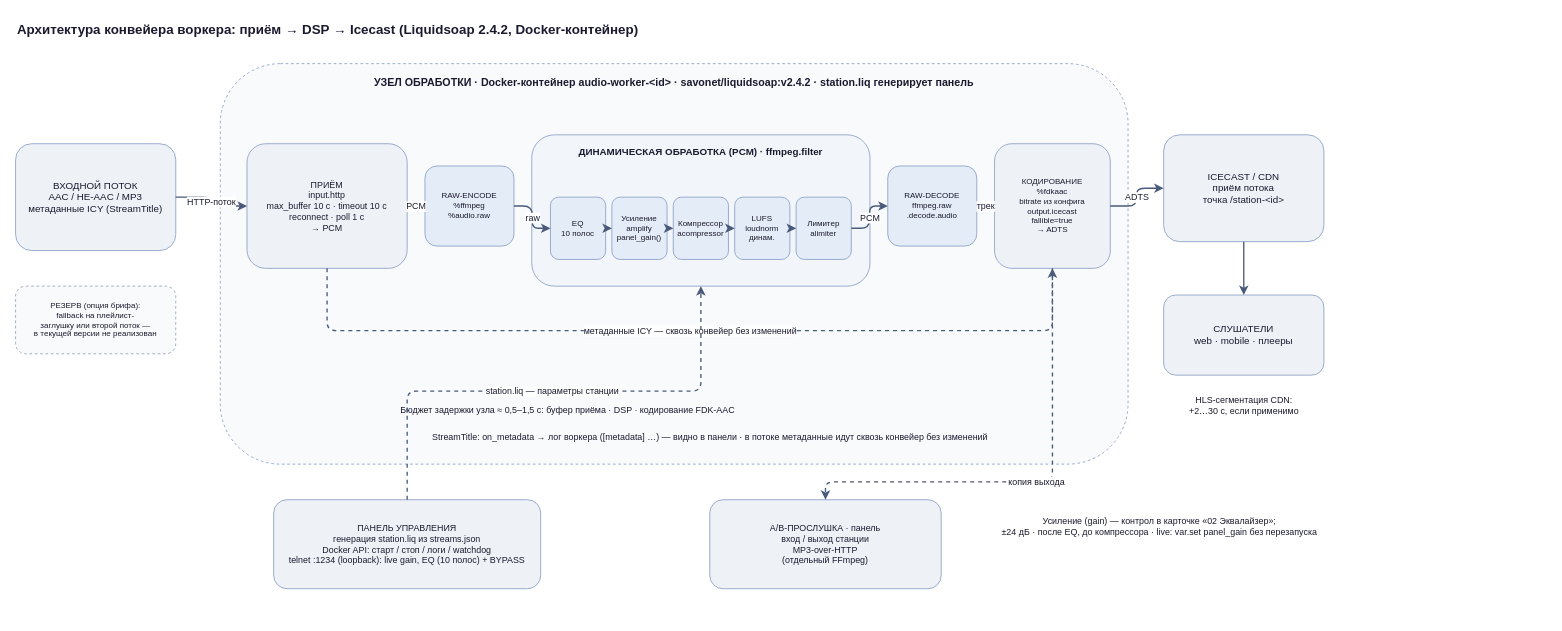
svaganov/Dynamics-stream-processing keeps this draw.io diagram as Архитектура Liquidsoap конвейера.drawio. Above is the earlier version. Source tidied: cells renumbered, new cells numbered last; positions are measured from the earlier drawing's top-left corner, leaving out a move shared by most shapes. Both pictures are drawn from the tidied source at 89%, with x=0, y=0 at pixel (15, 15).
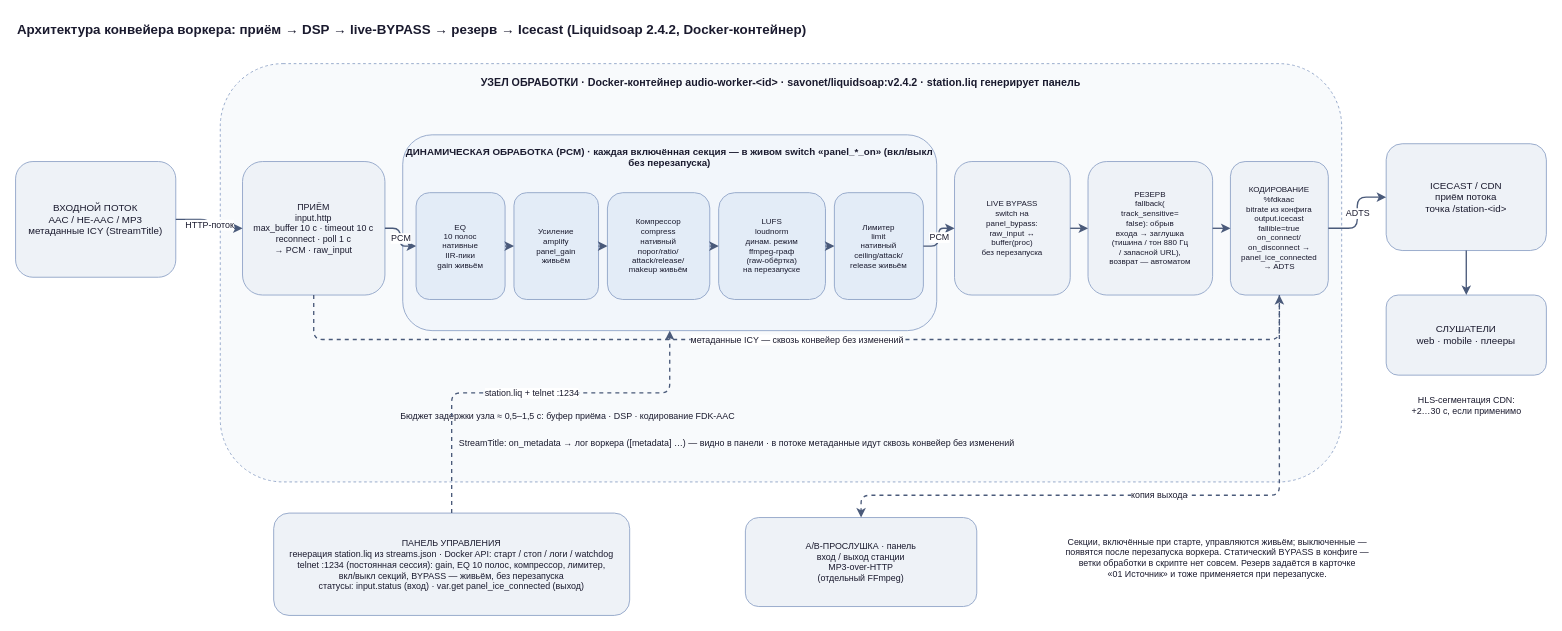
After the change.

What changed in the source:
```diff
@@
-    <mxCell id="2" value="Архитектура конвейера воркера: приём → DSP → Icecast (Liquidsoap 2.4.2, Docker-контейнер)" style="text;html=1;align=left;verticalAlign=middle;fontSize=15;fontStyle=1;fontColor=#1a1a2e;" parent="1" vertex="1">
-      <mxGeometry width="1100" height="30" as="geometry" />
+    <mxCell id="2" value="Архитектура конвейера воркера: приём → DSP → live-BYPASS → резерв → Icecast (Liquidsoap 2.4.2, Docker-контейнер)" style="text;html=1;align=left;verticalAlign=middle;fontSize=15;fontStyle=1;fontColor=#1a1a2e;" parent="1" vertex="1">
+      <mxGeometry width="1250" height="30" as="geometry" />
     </mxCell>
     <mxCell id="3" value="ВХОДНОЙ ПОТОК&lt;br&gt;AAC / HE-AAC / MP3&lt;br&gt;метаданные ICY (StreamTitle)" style="rounded=1;whiteSpace=wrap;html=1;fillColor=#eef2f7;strokeColor=#8fa3c7;fontColor=#1a1a2e;fontSize=11;align=center;verticalAlign=middle;spacing=6;" parent="1" vertex="1">
-      <mxGeometry y="144" width="180" height="120" as="geometry" />
+      <mxGeometry y="164" width="180" height="130" as="geometry" />
     </mxCell>
-    <mxCell id="4" value="РЕЗЕРВ (опция брифа):&lt;br&gt;fallback на плейлист-&lt;br&gt;заглушку или второй поток —&lt;br&gt;в текущей версии не реализован" style="rounded=1;whiteSpace=wrap;html=1;dashed=1;fillColor=#f8fafc;strokeColor=#8fa3c7;fontColor=#1a1a2e;fontSize=9;align=center;verticalAlign=middle;spacing=4;" parent="1" vertex="1">
-      <mxGeometry y="304" width="180" height="76" as="geometry" />
-    </mxCell>
     <mxCell id="5" value="УЗЕЛ ОБРАБОТКИ · Docker-контейнер audio-worker-&amp;lt;id&amp;gt; · savonet/liquidsoap:v2.4.2 · station.liq генерирует панель" style="rounded=1;whiteSpace=wrap;html=1;dashed=1;fillColor=#f8fafc;strokeColor=#8fa3c7;fontColor=#1a1a2e;fontSize=12;fontStyle=1;align=center;verticalAlign=top;spacingTop=8;" parent="1" vertex="1">
-      <mxGeometry x="230" y="54" width="1020" height="450" as="geometry" />
+      <mxGeometry x="230" y="54" width="1260" height="470" as="geometry" />
     </mxCell>
-    <mxCell id="6" value="ПРИЁМ&lt;br&gt;input.http&lt;br&gt;max_buffer 10 c · timeout 10 c&lt;br&gt;reconnect · poll 1 c&lt;br&gt;→ PCM" style="rounded=1;whiteSpace=wrap;html=1;fillColor=#eef2f7;strokeColor=#8fa3c7;fontColor=#1a1a2e;fontSize=10;align=center;verticalAlign=middle;spacing=6;" parent="1" vertex="1">
-      <mxGeometry x="260" y="144" width="180" height="140" as="geometry" />
+    <mxCell id="6" value="ПРИЁМ&lt;br&gt;input.http&lt;br&gt;max_buffer 10 c · timeout 10 c&lt;br&gt;reconnect · poll 1 c&lt;br&gt;→ PCM · raw_input" style="rounded=1;whiteSpace=wrap;html=1;fillColor=#eef2f7;strokeColor=#8fa3c7;fontColor=#1a1a2e;fontSize=10;align=center;verticalAlign=middle;spacing=6;" parent="1" vertex="1">
+      <mxGeometry x="255" y="164" width="160" height="150" as="geometry" />
     </mxCell>
-    <mxCell id="7" value="RAW-ENCODE&lt;br&gt;%ffmpeg&lt;br&gt;%audio.raw" style="rounded=1;whiteSpace=wrap;html=1;fillColor=#e3ecf7;strokeColor=#8fa3c7;fontColor=#1a1a2e;fontSize=9;align=center;verticalAlign=middle;spacing=2;" parent="1" vertex="1">
-      <mxGeometry x="460" y="169" width="100" height="90" as="geometry" />
-    </mxCell>
-    <mxCell id="8" value="ДИНАМИЧЕСКАЯ ОБРАБОТКА (PCM) · ffmpeg.filter" style="rounded=1;whiteSpace=wrap;html=1;fillColor=#f2f6fb;strokeColor=#8fa3c7;fontColor=#1a1a2e;fontSize=11;fontStyle=1;align=center;verticalAlign=top;spacingTop=6;" parent="1" vertex="1">
-      <mxGeometry x="580" y="134" width="380" height="170" as="geometry" />
+    <mxCell id="8" value="ДИНАМИЧЕСКАЯ ОБРАБОТКА (PCM) · каждая включённая секция — в живом switch «panel_*_on» (вкл/выкл без перезапуска)" style="rounded=1;whiteSpace=wrap;html=1;fillColor=#f2f6fb;strokeColor=#8fa3c7;fontColor=#1a1a2e;fontSize=11;fontStyle=1;align=center;verticalAlign=top;spacingTop=6;" parent="1" vertex="1">
+      <mxGeometry x="435" y="134" width="600" height="220" as="geometry" />
     </mxCell>
-    <mxCell id="9" value="EQ&lt;br&gt;10 полос" style="rounded=1;whiteSpace=wrap;html=1;fillColor=#e3ecf7;strokeColor=#8fa3c7;fontColor=#1a1a2e;fontSize=9;align=center;verticalAlign=middle;spacing=2;" parent="1" vertex="1">
-      <mxGeometry x="601" y="204" width="62" height="70" as="geometry" />
+    <mxCell id="9" value="EQ&lt;br&gt;10 полос&lt;br&gt;нативные&lt;br&gt;IIR-пики&lt;br&gt;gain живьём" style="rounded=1;whiteSpace=wrap;html=1;fillColor=#e3ecf7;strokeColor=#8fa3c7;fontColor=#1a1a2e;fontSize=9;align=center;verticalAlign=middle;spacing=2;" parent="1" vertex="1">
+      <mxGeometry x="450" y="199" width="100" height="120" as="geometry" />
     </mxCell>
-    <mxCell id="10" value="Усиление&lt;br&gt;amplify&lt;br&gt;panel_gain()" style="rounded=1;whiteSpace=wrap;html=1;fillColor=#e3ecf7;strokeColor=#8fa3c7;fontColor=#1a1a2e;fontSize=9;align=center;verticalAlign=middle;spacing=2;" parent="1" vertex="1">
-      <mxGeometry x="670" y="204" width="62" height="70" as="geometry" />
-    </mxCell>
+    <mxCell id="38" value="Усиление&lt;br&gt;amplify&lt;br&gt;panel_gain&lt;br&gt;живьём" style="rounded=1;whiteSpace=wrap;html=1;fillColor=#e3ecf7;strokeColor=#8fa3c7;fontColor=#1a1a2e;fontSize=9;align=center;verticalAlign=middle;spacing=2;" parent="1" vertex="1">
+      <mxGeometry x="560" y="199" width="95" height="120" as="geometry" />
+    </mxCell>
-    <mxCell id="11" value="Компрессор&lt;br&gt;acompressor" style="rounded=1;whiteSpace=wrap;html=1;fillColor=#e3ecf7;strokeColor=#8fa3c7;fontColor=#1a1a2e;fontSize=9;align=center;verticalAlign=middle;spacing=2;" parent="1" vertex="1">
-      <mxGeometry x="739" y="204" width="62" height="70" as="geometry" />
+    <mxCell id="11" value="Компрессор&lt;br&gt;compress&lt;br&gt;нативный&lt;br&gt;порог/ratio/&lt;br&gt;attack/release/&lt;br&gt;makeup живьём" style="rounded=1;whiteSpace=wrap;html=1;fillColor=#e3ecf7;strokeColor=#8fa3c7;fontColor=#1a1a2e;fontSize=9;align=center;verticalAlign=middle;spacing=2;" parent="1" vertex="1">
+      <mxGeometry x="665" y="199" width="115" height="120" as="geometry" />
     </mxCell>
-    <mxCell id="12" value="LUFS&lt;br&gt;loudnorm&lt;br&gt;динам." style="rounded=1;whiteSpace=wrap;html=1;fillColor=#e3ecf7;strokeColor=#8fa3c7;fontColor=#1a1a2e;fontSize=9;align=center;verticalAlign=middle;spacing=2;" parent="1" vertex="1">
-      <mxGeometry x="808" y="204" width="62" height="70" as="geometry" />
+    <mxCell id="12" value="LUFS&lt;br&gt;loudnorm&lt;br&gt;динам. режим&lt;br&gt;ffmpeg-граф&lt;br&gt;(raw-обёртка)&lt;br&gt;на перезапуске" style="rounded=1;whiteSpace=wrap;html=1;fillColor=#e3ecf7;strokeColor=#8fa3c7;fontColor=#1a1a2e;fontSize=9;align=center;verticalAlign=middle;spacing=2;" parent="1" vertex="1">
+      <mxGeometry x="790" y="199" width="120" height="120" as="geometry" />
     </mxCell>
-    <mxCell id="13" value="Лимитер&lt;br&gt;alimiter" style="rounded=1;whiteSpace=wrap;html=1;fillColor=#e3ecf7;strokeColor=#8fa3c7;fontColor=#1a1a2e;fontSize=9;align=center;verticalAlign=middle;spacing=2;" parent="1" vertex="1">
-      <mxGeometry x="877" y="204" width="62" height="70" as="geometry" />
+    <mxCell id="13" value="Лимитер&lt;br&gt;limit&lt;br&gt;нативный&lt;br&gt;ceiling/attack/&lt;br&gt;release живьём" style="rounded=1;whiteSpace=wrap;html=1;fillColor=#e3ecf7;strokeColor=#8fa3c7;fontColor=#1a1a2e;fontSize=9;align=center;verticalAlign=middle;spacing=2;" parent="1" vertex="1">
+      <mxGeometry x="920" y="199" width="100" height="120" as="geometry" />
     </mxCell>
-    <mxCell id="14" value="RAW-DECODE&lt;br&gt;ffmpeg.raw&lt;br&gt;.decode.audio" style="rounded=1;whiteSpace=wrap;html=1;fillColor=#e3ecf7;strokeColor=#8fa3c7;fontColor=#1a1a2e;fontSize=9;align=center;verticalAlign=middle;spacing=2;" parent="1" vertex="1">
-      <mxGeometry x="980" y="169" width="100" height="90" as="geometry" />
-    </mxCell>
+    <mxCell id="39" value="LIVE BYPASS&lt;br&gt;switch на&lt;br&gt;panel_bypass:&lt;br&gt;raw_input ↔&lt;br&gt;buffer(proc)&lt;br&gt;без перезапуска" style="rounded=1;whiteSpace=wrap;html=1;fillColor=#eef2f7;strokeColor=#8fa3c7;fontColor=#1a1a2e;fontSize=9;align=center;verticalAlign=middle;spacing=4;" parent="1" vertex="1">
+      <mxGeometry x="1055" y="164" width="130" height="150" as="geometry" />
+    </mxCell>
+    <mxCell id="40" value="РЕЗЕРВ&lt;br&gt;fallback(&lt;br&gt;track_sensitive=&lt;br&gt;false): обрыв&lt;br&gt;входа → заглушка&lt;br&gt;(тишина / тон 880 Гц&lt;br&gt;/ запасной URL),&lt;br&gt;возврат — автоматом" style="rounded=1;whiteSpace=wrap;html=1;fillColor=#eef2f7;strokeColor=#8fa3c7;fontColor=#1a1a2e;fontSize=9;align=center;verticalAlign=middle;spacing=4;" parent="1" vertex="1">
+      <mxGeometry x="1205" y="164" width="140" height="150" as="geometry" />
+    </mxCell>
-    <mxCell id="15" value="КОДИРОВАНИЕ&lt;br&gt;%fdkaac&lt;br&gt;bitrate из конфига&lt;br&gt;output.icecast&lt;br&gt;fallible=true&lt;br&gt;→ ADTS" style="rounded=1;whiteSpace=wrap;html=1;fillColor=#eef2f7;strokeColor=#8fa3c7;fontColor=#1a1a2e;fontSize=9;align=center;verticalAlign=middle;spacing=4;" parent="1" vertex="1">
-      <mxGeometry x="1100" y="144" width="130" height="140" as="geometry" />
+    <mxCell id="15" value="КОДИРОВАНИЕ&lt;br&gt;%fdkaac&lt;br&gt;bitrate из конфига&lt;br&gt;output.icecast&lt;br&gt;fallible=true&lt;br&gt;on_connect/&lt;br&gt;on_disconnect →&lt;br&gt;panel_ice_connected&lt;br&gt;→ ADTS" style="rounded=1;whiteSpace=wrap;html=1;fillColor=#eef2f7;strokeColor=#8fa3c7;fontColor=#1a1a2e;fontSize=9;align=center;verticalAlign=middle;spacing=4;" parent="1" vertex="1">
+      <mxGeometry x="1365" y="164" width="110" height="150" as="geometry" />
     </mxCell>
-    <mxCell id="16" value="метаданные ICY — сквозь конвейер без изменений" style="edgeStyle=orthogonalEdgeStyle;rounded=1;html=1;strokeColor=#4a5a7a;strokeWidth=1.5;fontColor=#1a1a2e;fontSize=10;labelBackgroundColor=#ffffff;dashed=1;exitX=0.5;exitY=1;exitDx=0;exitDy=0;entryX=0.5;entryY=1;entryDx=0;entryDy=0;" parent="1" edge="1" source="6" target="15">
-      <mxGeometry relative="1" as="geometry">
-        <Array as="points">
-          <mxPoint x="350" y="354" />
-          <mxPoint x="1165" y="354" />
-        </Array>
-      </mxGeometry>
-    </mxCell>
     <mxCell id="17" value="Бюджет задержки узла ≈ 0,5–1,5 с: буфер приёма · DSP · кодирование FDK-AAC" style="text;html=1;align=center;verticalAlign=middle;fontSize=10;fontColor=#1a1a2e;" parent="1" vertex="1">
-      <mxGeometry x="260" y="432" width="720" height="22" as="geometry" />
+      <mxGeometry x="260" y="439" width="720" height="22" as="geometry" />
     </mxCell>
     <mxCell id="18" value="StreamTitle: on_metadata → лог воркера ([metadata] …) — видно в панели · в потоке метаданные идут сквозь конвейер без изменений" style="text;html=1;align=center;verticalAlign=middle;fontSize=10;fontColor=#1a1a2e;" parent="1" vertex="1">
-      <mxGeometry x="430" y="462" width="700" height="22" as="geometry" />
+      <mxGeometry x="430" y="469" width="760" height="22" as="geometry" />
     </mxCell>
     <mxCell id="19" value="ICECAST / CDN&lt;br&gt;приём потока&lt;br&gt;точка /station-&amp;lt;id&amp;gt;" style="rounded=1;whiteSpace=wrap;html=1;fillColor=#eef2f7;strokeColor=#8fa3c7;fontColor=#1a1a2e;fontSize=11;align=center;verticalAlign=middle;spacing=6;" parent="1" vertex="1">
-      <mxGeometry x="1290" y="134" width="180" height="120" as="geometry" />
+      <mxGeometry x="1540" y="144" width="180" height="120" as="geometry" />
     </mxCell>
     <mxCell id="20" value="СЛУШАТЕЛИ&lt;br&gt;web · mobile · плееры" style="rounded=1;whiteSpace=wrap;html=1;fillColor=#eef2f7;strokeColor=#8fa3c7;fontColor=#1a1a2e;fontSize=11;align=center;verticalAlign=middle;spacing=6;" parent="1" vertex="1">
-      <mxGeometry x="1290" y="314" width="180" height="90" as="geometry" />
+      <mxGeometry x="1540" y="314" width="180" height="90" as="geometry" />
     </mxCell>
     <mxCell id="21" value="HLS-сегментация CDN:&lt;br&gt;+2…30 с, если применимо" style="text;html=1;align=center;verticalAlign=middle;fontSize=10;fontColor=#1a1a2e;" parent="1" vertex="1">
-      <mxGeometry x="1290" y="416" width="180" height="44" as="geometry" />
+      <mxGeometry x="1540" y="416" width="180" height="44" as="geometry" />
     </mxCell>
-    <mxCell id="22" value="ПАНЕЛЬ УПРАВЛЕНИЯ&lt;br&gt;генерация station.liq из streams.json&lt;br&gt;Docker API: старт / стоп / логи / watchdog&lt;br&gt;telnet :1234 (loopback): live gain, EQ (10 полос) + BYPASS" style="rounded=1;whiteSpace=wrap;html=1;fillColor=#eef2f7;strokeColor=#8fa3c7;fontColor=#1a1a2e;fontSize=10;align=center;verticalAlign=middle;spacing=6;" parent="1" vertex="1">
-      <mxGeometry x="290" y="544" width="300" height="100" as="geometry" />
+    <mxCell id="22" value="ПАНЕЛЬ УПРАВЛЕНИЯ&lt;br&gt;генерация station.liq из streams.json · Docker API: старт / стоп / логи / watchdog&lt;br&gt;telnet :1234 (постоянная сессия): gain, EQ 10 полос, компрессор, лимитер,&lt;br&gt;вкл/выкл секций, BYPASS — живьём, без перезапуска&lt;br&gt;статусы: input.status (вход) · var.get panel_ice_connected (выход)" style="rounded=1;whiteSpace=wrap;html=1;fillColor=#eef2f7;strokeColor=#8fa3c7;fontColor=#1a1a2e;fontSize=10;align=center;verticalAlign=middle;spacing=6;" parent="1" vertex="1">
+      <mxGeometry x="290" y="559" width="400" height="115" as="geometry" />
     </mxCell>
     <mxCell id="23" value="A/B-ПРОСЛУШКА · панель&lt;br&gt;вход / выход станции&lt;br&gt;MP3-over-HTTP&lt;br&gt;(отдельный FFmpeg)" style="rounded=1;whiteSpace=wrap;html=1;fillColor=#eef2f7;strokeColor=#8fa3c7;fontColor=#1a1a2e;fontSize=10;align=center;verticalAlign=middle;spacing=6;" parent="1" vertex="1">
-      <mxGeometry x="780" y="544" width="260" height="100" as="geometry" />
+      <mxGeometry x="820" y="564" width="260" height="100" as="geometry" />
     </mxCell>
-    <mxCell id="24" value="Усиление (gain) — контрол в карточке «02 Эквалайзер»;&lt;br&gt;±24 дБ · после EQ, до компрессора · live: var.set panel_gain без перезапуска" style="text;html=1;align=center;verticalAlign=middle;fontSize=10;fontColor=#1a1a2e;" parent="1" vertex="1">
-      <mxGeometry x="1100" y="544" width="370" height="60" as="geometry" />
-    </mxCell>
+    <mxCell id="41" value="Секции, включённые при старте, управляются живьём; выключенные —&lt;br&gt;появятся после перезапуска воркера. Статический BYPASS в конфиге —&lt;br&gt;ветки обработки в скрипте нет совсем. Резерв задаётся в карточке&lt;br&gt;«01 Источник» и тоже применяется при перезапуске." style="text;html=1;align=center;verticalAlign=middle;fontSize=10;fontColor=#1a1a2e;" parent="1" vertex="1">
+      <mxGeometry x="1160" y="559" width="380" height="100" as="geometry" />
+    </mxCell>
@@
-    <mxCell id="26" value="PCM" style="edgeStyle=orthogonalEdgeStyle;rounded=1;html=1;strokeColor=#4a5a7a;strokeWidth=1.5;fontColor=#1a1a2e;fontSize=10;labelBackgroundColor=#ffffff;exitX=1;exitY=0.5;exitDx=0;exitDy=0;entryX=0;entryY=0.5;entryDx=0;entryDy=0;" parent="1" edge="1" source="6" target="7">
+    <mxCell id="26" value="PCM" style="edgeStyle=orthogonalEdgeStyle;rounded=1;html=1;strokeColor=#4a5a7a;strokeWidth=1.5;fontColor=#1a1a2e;fontSize=10;labelBackgroundColor=#ffffff;exitX=1;exitY=0.5;exitDx=0;exitDy=0;entryX=0;entryY=0.5;entryDx=0;entryDy=0;" parent="1" edge="1" source="6" target="9">
       <mxGeometry relative="1" as="geometry" />
     </mxCell>
-    <mxCell id="27" value="raw" style="edgeStyle=orthogonalEdgeStyle;rounded=1;html=1;strokeColor=#4a5a7a;strokeWidth=1.5;fontColor=#1a1a2e;fontSize=10;labelBackgroundColor=#ffffff;exitX=1;exitY=0.5;exitDx=0;exitDy=0;entryX=0;entryY=0.5;entryDx=0;entryDy=0;" parent="1" edge="1" source="7" target="9">
-      <mxGeometry relative="1" as="geometry" />
-    </mxCell>
-    <mxCell id="28" style="edgeStyle=orthogonalEdgeStyle;rounded=1;html=1;strokeColor=#4a5a7a;strokeWidth=1.5;fontColor=#1a1a2e;fontSize=10;labelBackgroundColor=#ffffff;exitX=1;exitY=0.5;exitDx=0;exitDy=0;entryX=0;entryY=0.5;entryDx=0;entryDy=0;" parent="1" edge="1" source="9" target="10">
+    <mxCell id="28" style="edgeStyle=orthogonalEdgeStyle;rounded=1;html=1;strokeColor=#4a5a7a;strokeWidth=1.5;fontColor=#1a1a2e;fontSize=10;labelBackgroundColor=#ffffff;exitX=1;exitY=0.5;exitDx=0;exitDy=0;entryX=0;entryY=0.5;entryDx=0;entryDy=0;" parent="1" edge="1" source="9" target="38">
       <mxGeometry relative="1" as="geometry" />
     </mxCell>
-    <mxCell id="29" style="edgeStyle=orthogonalEdgeStyle;rounded=1;html=1;strokeColor=#4a5a7a;strokeWidth=1.5;fontColor=#1a1a2e;fontSize=10;labelBackgroundColor=#ffffff;exitX=1;exitY=0.5;exitDx=0;exitDy=0;entryX=0;entryY=0.5;entryDx=0;entryDy=0;" parent="1" edge="1" source="10" target="11">
+    <mxCell id="29" style="edgeStyle=orthogonalEdgeStyle;rounded=1;html=1;strokeColor=#4a5a7a;strokeWidth=1.5;fontColor=#1a1a2e;fontSize=10;labelBackgroundColor=#ffffff;exitX=1;exitY=0.5;exitDx=0;exitDy=0;entryX=0;entryY=0.5;entryDx=0;entryDy=0;" parent="1" edge="1" source="38" target="11">
       <mxGeometry relative="1" as="geometry" />
     </mxCell>
@@
-    <mxCell id="32" value="PCM" style="edgeStyle=orthogonalEdgeStyle;rounded=1;html=1;strokeColor=#4a5a7a;strokeWidth=1.5;fontColor=#1a1a2e;fontSize=10;labelBackgroundColor=#ffffff;exitX=1;exitY=0.5;exitDx=0;exitDy=0;entryX=0;entryY=0.5;entryDx=0;entryDy=0;" parent="1" edge="1" source="13" target="14">
+    <mxCell id="32" value="PCM" style="edgeStyle=orthogonalEdgeStyle;rounded=1;html=1;strokeColor=#4a5a7a;strokeWidth=1.5;fontColor=#1a1a2e;fontSize=10;labelBackgroundColor=#ffffff;exitX=1;exitY=0.5;exitDx=0;exitDy=0;entryX=0;entryY=0.5;entryDx=0;entryDy=0;" parent="1" edge="1" source="13" target="39">
       <mxGeometry relative="1" as="geometry" />
     </mxCell>
-    <mxCell id="33" value="трек" style="edgeStyle=orthogonalEdgeStyle;rounded=1;html=1;strokeColor=#4a5a7a;strokeWidth=1.5;fontColor=#1a1a2e;fontSize=10;labelBackgroundColor=#ffffff;exitX=1;exitY=0.5;exitDx=0;exitDy=0;entryX=0;entryY=0.5;entryDx=0;entryDy=0;" parent="1" edge="1" source="14" target="15">
+    <mxCell id="33" style="edgeStyle=orthogonalEdgeStyle;rounded=1;html=1;strokeColor=#4a5a7a;strokeWidth=1.5;fontColor=#1a1a2e;fontSize=10;labelBackgroundColor=#ffffff;exitX=1;exitY=0.5;exitDx=0;exitDy=0;entryX=0;entryY=0.5;entryDx=0;entryDy=0;" parent="1" edge="1" source="39" target="40">
       <mxGeometry relative="1" as="geometry" />
     </mxCell>
-    <mxCell id="34" value="ADTS" style="edgeStyle=orthogonalEdgeStyle;rounded=1;html=1;strokeColor=#4a5a7a;strokeWidth=1.5;fontColor=#1a1a2e;fontSize=10;labelBackgroundColor=#ffffff;exitX=1;exitY=0.5;exitDx=0;exitDy=0;entryX=0;entryY=0.5;entryDx=0;entryDy=0;" parent="1" edge="1" source="15" target="19">
+    <mxCell id="34" style="edgeStyle=orthogonalEdgeStyle;rounded=1;html=1;strokeColor=#4a5a7a;strokeWidth=1.5;fontColor=#1a1a2e;fontSize=10;labelBackgroundColor=#ffffff;exitX=1;exitY=0.5;exitDx=0;exitDy=0;entryX=0;entryY=0.5;entryDx=0;entryDy=0;" parent="1" edge="1" source="40" target="15">
       <mxGeometry relative="1" as="geometry" />
     </mxCell>
-    <mxCell id="35" style="edgeStyle=orthogonalEdgeStyle;rounded=1;html=1;strokeColor=#4a5a7a;strokeWidth=1.5;fontColor=#1a1a2e;fontSize=10;labelBackgroundColor=#ffffff;exitX=0.5;exitY=1;exitDx=0;exitDy=0;entryX=0.5;entryY=0;entryDx=0;entryDy=0;" parent="1" edge="1" source="19" target="20">
+    <mxCell id="35" value="ADTS" style="edgeStyle=orthogonalEdgeStyle;rounded=1;html=1;strokeColor=#4a5a7a;strokeWidth=1.5;fontColor=#1a1a2e;fontSize=10;labelBackgroundColor=#ffffff;exitX=1;exitY=0.5;exitDx=0;exitDy=0;entryX=0;entryY=0.5;entryDx=0;entryDy=0;" parent="1" edge="1" source="15" target="19">
       <mxGeometry relative="1" as="geometry" />
     </mxCell>
+    <mxCell id="16" style="edgeStyle=orthogonalEdgeStyle;rounded=1;html=1;strokeColor=#4a5a7a;strokeWidth=1.5;fontColor=#1a1a2e;fontSize=10;labelBackgroundColor=#ffffff;exitX=0.5;exitY=1;exitDx=0;exitDy=0;entryX=0.5;entryY=0;entryDx=0;entryDy=0;" parent="1" edge="1" source="19" target="20">
+      <mxGeometry relative="1" as="geometry" />
+    </mxCell>
-    <mxCell id="36" value="station.liq — параметры станции" style="edgeStyle=orthogonalEdgeStyle;rounded=1;html=1;strokeColor=#4a5a7a;strokeWidth=1.5;fontColor=#1a1a2e;fontSize=10;labelBackgroundColor=#ffffff;dashed=1;exitX=0.5;exitY=0;exitDx=0;exitDy=0;entryX=0.5;entryY=1;entryDx=0;entryDy=0;" parent="1" edge="1" source="22" target="8">
+    <mxCell id="36" value="метаданные ICY — сквозь конвейер без изменений" style="edgeStyle=orthogonalEdgeStyle;rounded=1;html=1;strokeColor=#4a5a7a;strokeWidth=1.5;fontColor=#1a1a2e;fontSize=10;labelBackgroundColor=#ffffff;dashed=1;exitX=0.5;exitY=1;exitDx=0;exitDy=0;entryX=0.5;entryY=1;entryDx=0;entryDy=0;" parent="1" edge="1" source="6" target="15">
       <mxGeometry relative="1" as="geometry">
         <Array as="points">
-          <mxPoint x="440" y="422" />
-          <mxPoint x="770" y="422" />
+          <mxPoint x="335" y="364" />
+          <mxPoint x="1420" y="364" />
         </Array>
       </mxGeometry>
     </mxCell>
-    <mxCell id="37" value="копия выхода" style="edgeStyle=orthogonalEdgeStyle;rounded=1;html=1;strokeColor=#4a5a7a;strokeWidth=1.5;fontColor=#1a1a2e;fontSize=10;labelBackgroundColor=#ffffff;dashed=1;exitX=0.5;exitY=1;exitDx=0;exitDy=0;entryX=0.5;entryY=0;entryDx=0;entryDy=0;" parent="1" edge="1" source="15" target="23">
+    <mxCell id="37" value="station.liq + telnet :1234" style="edgeStyle=orthogonalEdgeStyle;rounded=1;html=1;strokeColor=#4a5a7a;strokeWidth=1.5;fontColor=#1a1a2e;fontSize=10;labelBackgroundColor=#ffffff;dashed=1;exitX=0.5;exitY=0;exitDx=0;exitDy=0;entryX=0.5;entryY=1;entryDx=0;entryDy=0;" parent="1" edge="1" source="22" target="8">
       <mxGeometry relative="1" as="geometry">
         <Array as="points">
-          <mxPoint x="1165" y="524" />
-          <mxPoint x="910" y="524" />
+          <mxPoint x="490" y="424" />
+          <mxPoint x="735" y="424" />
         </Array>
       </mxGeometry>
     </mxCell>
+    <mxCell id="42" value="копия выхода" style="edgeStyle=orthogonalEdgeStyle;rounded=1;html=1;strokeColor=#4a5a7a;strokeWidth=1.5;fontColor=#1a1a2e;fontSize=10;labelBackgroundColor=#ffffff;dashed=1;exitX=0.5;exitY=1;exitDx=0;exitDy=0;entryX=0.5;entryY=0;entryDx=0;entryDy=0;" parent="1" edge="1" source="15" target="23">
+      <mxGeometry relative="1" as="geometry">
+        <Array as="points">
+          <mxPoint x="1420" y="539" />
+          <mxPoint x="950" y="539" />
+        </Array>
+      </mxGeometry>
+    </mxCell>
```
